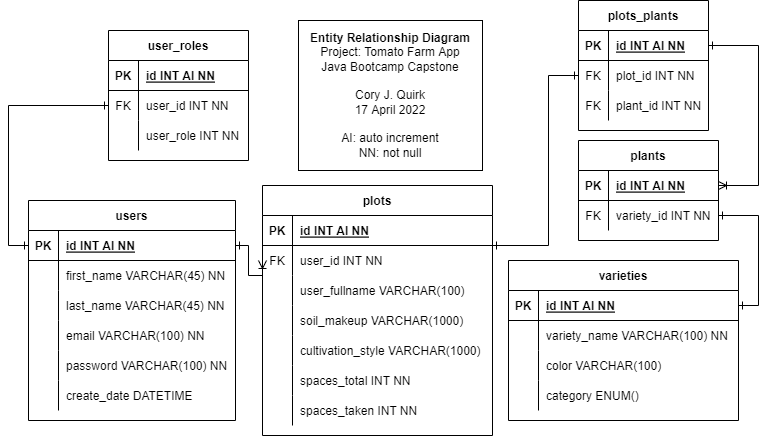
Earlier version of the draw.io export notes/diagrams/capstone-erd.drawio.png (coryjquirk/TomatoFarm). Source tidied: cells renumbered, new cells last; positions are measured from the earlier drawing's top-left corner, leaving out a move shared by most shapes.
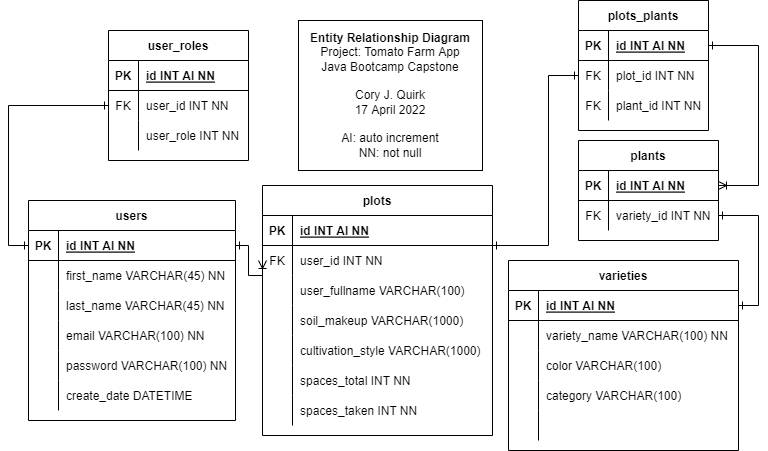
After the commit.

Change to the diagram source:
```diff
@@ -137,7 +137,7 @@
       <mxGeometry x="30" width="200" height="30" as="geometry" />
     </mxCell>
     <mxCell id="46" value="varieties" style="shape=table;startSize=30;rowLines=0;fontStyle=1;align=center;" parent="1" vertex="1">
-      <mxGeometry x="520" y="305" width="230" height="160" as="geometry" />
+      <mxGeometry x="520" y="305" width="230" height="190" as="geometry" />
     </mxCell>
     <mxCell id="47" style="shape=tableRow;horizontal=0;startSize=0;swimlaneHead=0;swimlaneBody=0;fillColor=none;points=[[0,0.5],[1,0.5]];portConstraint=eastwest;top=0;left=0;right=0;bottom=1;" parent="46" vertex="1">
       <mxGeometry y="30" width="230" height="30" as="geometry" />
@@ -172,9 +172,18 @@
     <mxCell id="57" style="shape=partialRectangle;fillColor=none;top=0;left=0;bottom=0;right=0;overflow=hidden;" parent="56" vertex="1">
       <mxGeometry width="30" height="30" as="geometry" />
     </mxCell>
-    <mxCell id="58" value="category ENUM()" style="shape=partialRectangle;fillColor=none;top=0;left=0;bottom=0;right=0;align=left;spacingLeft=6;overflow=hidden;" parent="56" vertex="1">
+    <mxCell id="58" value="category VARCHAR(100)" style="shape=partialRectangle;fillColor=none;top=0;left=0;bottom=0;right=0;align=left;spacingLeft=6;overflow=hidden;" parent="56" vertex="1">
       <mxGeometry x="30" width="200" height="30" as="geometry" />
     </mxCell>
+    <mxCell id="91" style="shape=tableRow;horizontal=0;startSize=0;swimlaneHead=0;swimlaneBody=0;fillColor=none;top=0;left=0;right=0;bottom=0;" parent="46" vertex="1">
+      <mxGeometry y="150" width="230" height="30" as="geometry" />
+    </mxCell>
+    <mxCell id="92" style="shape=partialRectangle;fillColor=none;top=0;left=0;bottom=0;right=0;overflow=hidden;" parent="91" vertex="1">
+      <mxGeometry width="30" height="30" as="geometry" />
+    </mxCell>
+    <mxCell id="93" style="shape=partialRectangle;fillColor=none;top=0;left=0;bottom=0;right=0;align=left;spacingLeft=6;overflow=hidden;" parent="91" vertex="1">
+      <mxGeometry x="30" width="200" height="30" as="geometry" />
+    </mxCell>
     <mxCell id="59" value="plots_plants" style="shape=table;startSize=30;rowLines=0;fontStyle=1;align=center;" parent="1" vertex="1">
       <mxGeometry x="590" y="45" width="130" height="130" as="geometry" />
     </mxCell>
```
